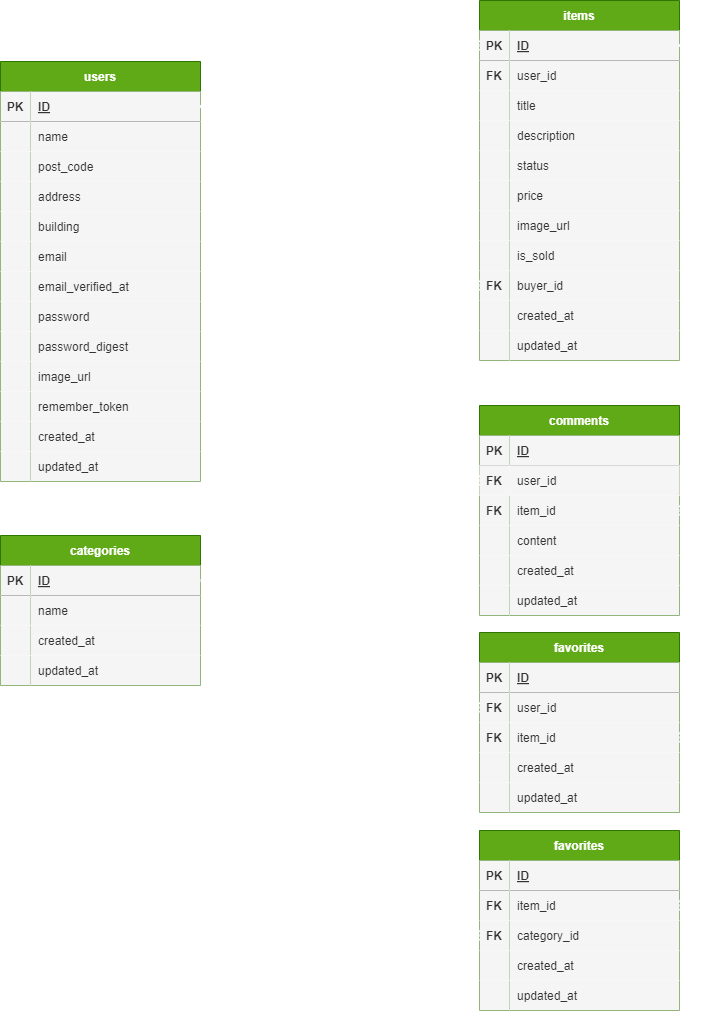
This is docs/diagrams/flea-market.png from teruma-nanami/flea-market, a draw.io export, as it was before one commit. Source tidied: cells renumbered, new cells last; positions are measured from the earlier drawing's top-left corner, leaving out a move shared by most shapes.
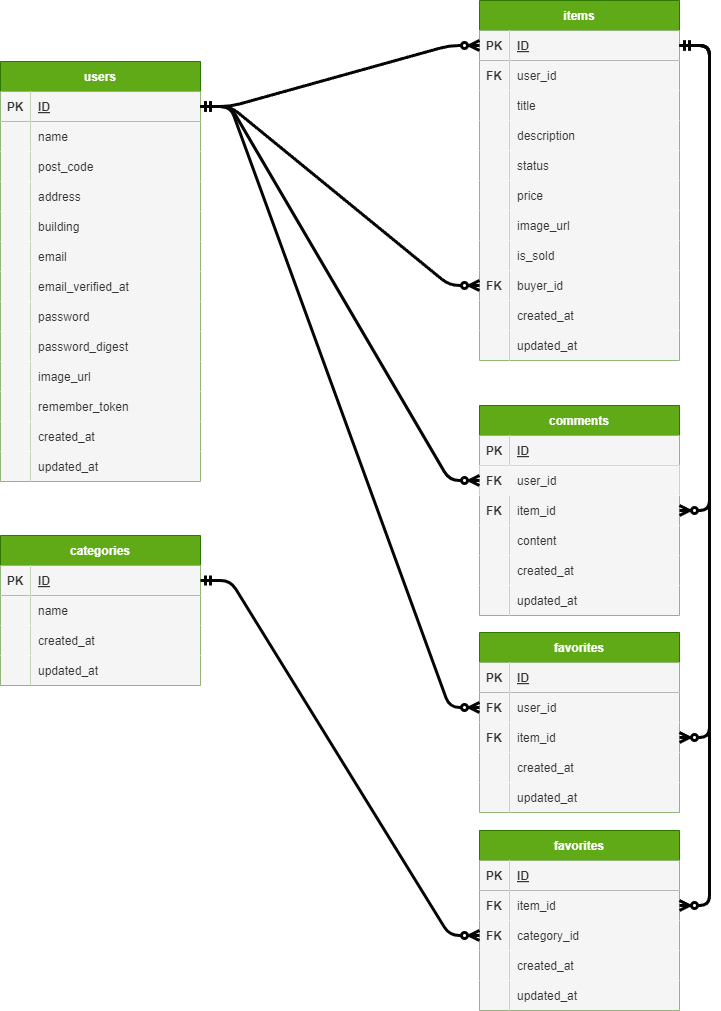
The same diagram one commit later.

Change to the diagram source:
```diff
@@ -368,22 +368,22 @@
     <mxCell id="123" value="updated_at" style="shape=partialRectangle;fillColor=#f5f5f5;top=0;left=0;bottom=0;right=0;align=left;spacingLeft=6;overflow=hidden;fontColor=#333333;strokeColor=#666666;" parent="121" vertex="1">
       <mxGeometry x="30" width="170" height="30" as="geometry" />
     </mxCell>
-    <mxCell id="124" style="edgeStyle=entityRelationEdgeStyle;fontSize=12;html=1;endArrow=ERzeroToMany;startArrow=ERmandOne;exitX=1;exitY=0.5;exitDx=0;exitDy=0;strokeWidth=3;strokeColor=#FFFFFF;" parent="1" edge="1" source="3" target="67">
+    <mxCell id="124" style="edgeStyle=entityRelationEdgeStyle;fontSize=12;html=1;endArrow=ERzeroToMany;startArrow=ERmandOne;exitX=1;exitY=0.5;exitDx=0;exitDy=0;strokeWidth=3;strokeColor=#060505;" parent="1" edge="1" source="3" target="67">
       <mxGeometry relative="1" as="geometry" />
     </mxCell>
-    <mxCell id="125" style="edgeStyle=entityRelationEdgeStyle;fontSize=12;html=1;endArrow=ERzeroToMany;startArrow=ERmandOne;exitX=1;exitY=0.5;exitDx=0;exitDy=0;entryX=0;entryY=0.5;entryDx=0;entryDy=0;strokeWidth=3;strokeColor=#FFFFFF;" parent="1" edge="1" source="3" target="80">
+    <mxCell id="125" style="edgeStyle=entityRelationEdgeStyle;fontSize=12;html=1;endArrow=ERzeroToMany;startArrow=ERmandOne;exitX=1;exitY=0.5;exitDx=0;exitDy=0;entryX=0;entryY=0.5;entryDx=0;entryDy=0;strokeWidth=3;strokeColor=#060505;" parent="1" edge="1" source="3" target="80">
       <mxGeometry relative="1" as="geometry" />
     </mxCell>
-    <mxCell id="126" style="edgeStyle=entityRelationEdgeStyle;fontSize=12;html=1;endArrow=ERzeroToMany;startArrow=ERmandOne;exitX=1;exitY=0.5;exitDx=0;exitDy=0;strokeWidth=3;strokeColor=#FFFFFF;" parent="1" edge="1" source="43" target="115">
+    <mxCell id="126" style="edgeStyle=entityRelationEdgeStyle;fontSize=12;html=1;endArrow=ERzeroToMany;startArrow=ERmandOne;exitX=1;exitY=0.5;exitDx=0;exitDy=0;strokeWidth=3;strokeColor=#060505;" parent="1" edge="1" source="43" target="115">
       <mxGeometry relative="1" as="geometry" />
     </mxCell>
-    <mxCell id="127" style="edgeStyle=entityRelationEdgeStyle;fontSize=12;html=1;endArrow=ERzeroToMany;startArrow=ERmandOne;exitX=1;exitY=0.5;exitDx=0;exitDy=0;strokeWidth=3;strokeColor=#FFFFFF;" parent="1" edge="1" source="43" target="83">
+    <mxCell id="127" style="edgeStyle=entityRelationEdgeStyle;fontSize=12;html=1;endArrow=ERzeroToMany;startArrow=ERmandOne;exitX=1;exitY=0.5;exitDx=0;exitDy=0;strokeWidth=3;strokeColor=#060505;" parent="1" edge="1" source="43" target="83">
       <mxGeometry relative="1" as="geometry" />
     </mxCell>
-    <mxCell id="128" style="edgeStyle=entityRelationEdgeStyle;fontSize=12;html=1;endArrow=ERzeroToMany;startArrow=ERmandOne;entryX=0;entryY=0.5;entryDx=0;entryDy=0;exitX=1;exitY=0.5;exitDx=0;exitDy=0;strokeWidth=3;strokeColor=#FFFFFF;" parent="1" edge="1" source="3" target="43">
+    <mxCell id="128" style="edgeStyle=entityRelationEdgeStyle;fontSize=12;html=1;endArrow=ERzeroToMany;startArrow=ERmandOne;entryX=0;entryY=0.5;entryDx=0;entryDy=0;exitX=1;exitY=0.5;exitDx=0;exitDy=0;strokeWidth=3;strokeColor=#060505;" parent="1" edge="1" source="3" target="43">
       <mxGeometry relative="1" as="geometry" />
     </mxCell>
-    <mxCell id="129" style="edgeStyle=entityRelationEdgeStyle;fontSize=12;html=1;endArrow=ERzeroToMany;startArrow=ERmandOne;exitX=1;exitY=0.5;exitDx=0;exitDy=0;entryX=0;entryY=0.5;entryDx=0;entryDy=0;strokeWidth=3;strokeColor=#FFFFFF;" parent="1" edge="1" source="3" target="112">
+    <mxCell id="129" style="edgeStyle=entityRelationEdgeStyle;fontSize=12;html=1;endArrow=ERzeroToMany;startArrow=ERmandOne;exitX=1;exitY=0.5;exitDx=0;exitDy=0;entryX=0;entryY=0.5;entryDx=0;entryDy=0;strokeWidth=3;strokeColor=#060505;" parent="1" edge="1" source="3" target="112">
       <mxGeometry relative="1" as="geometry" />
     </mxCell>
     <mxCell id="130" value="favorites" style="shape=table;startSize=30;rowLines=0;fontStyle=1;align=center;fillColor=#60a917;strokeColor=#2D7600;fontColor=#ffffff;" parent="1" vertex="1">
@@ -434,10 +434,10 @@
     <mxCell id="145" value="updated_at" style="shape=partialRectangle;fillColor=#f5f5f5;top=0;left=0;bottom=0;right=0;align=left;spacingLeft=6;overflow=hidden;fontColor=#333333;strokeColor=#666666;" parent="143" vertex="1">
       <mxGeometry x="30" width="170" height="30" as="geometry" />
     </mxCell>
-    <mxCell id="146" style="edgeStyle=entityRelationEdgeStyle;fontSize=12;html=1;endArrow=ERzeroToMany;startArrow=ERmandOne;exitX=1;exitY=0.5;exitDx=0;exitDy=0;entryX=1;entryY=0.5;entryDx=0;entryDy=0;strokeWidth=3;strokeColor=#FFFFFF;" parent="1" edge="1" source="43" target="134">
+    <mxCell id="146" style="edgeStyle=entityRelationEdgeStyle;fontSize=12;html=1;endArrow=ERzeroToMany;startArrow=ERmandOne;exitX=1;exitY=0.5;exitDx=0;exitDy=0;entryX=1;entryY=0.5;entryDx=0;entryDy=0;strokeWidth=3;strokeColor=#060505;" parent="1" edge="1" source="43" target="134">
       <mxGeometry relative="1" as="geometry" />
     </mxCell>
-    <mxCell id="147" style="edgeStyle=entityRelationEdgeStyle;fontSize=12;html=1;endArrow=ERzeroToMany;startArrow=ERmandOne;exitX=1;exitY=0.5;exitDx=0;exitDy=0;entryX=0;entryY=0.5;entryDx=0;entryDy=0;strokeWidth=3;strokeColor=#FFFFFF;" parent="1" edge="1" source="96" target="137">
+    <mxCell id="147" style="edgeStyle=entityRelationEdgeStyle;fontSize=12;html=1;endArrow=ERzeroToMany;startArrow=ERmandOne;exitX=1;exitY=0.5;exitDx=0;exitDy=0;entryX=0;entryY=0.5;entryDx=0;entryDy=0;strokeWidth=3;strokeColor=#060505;" parent="1" edge="1" source="96" target="137">
       <mxGeometry relative="1" as="geometry" />
     </mxCell>
   </root>
```
